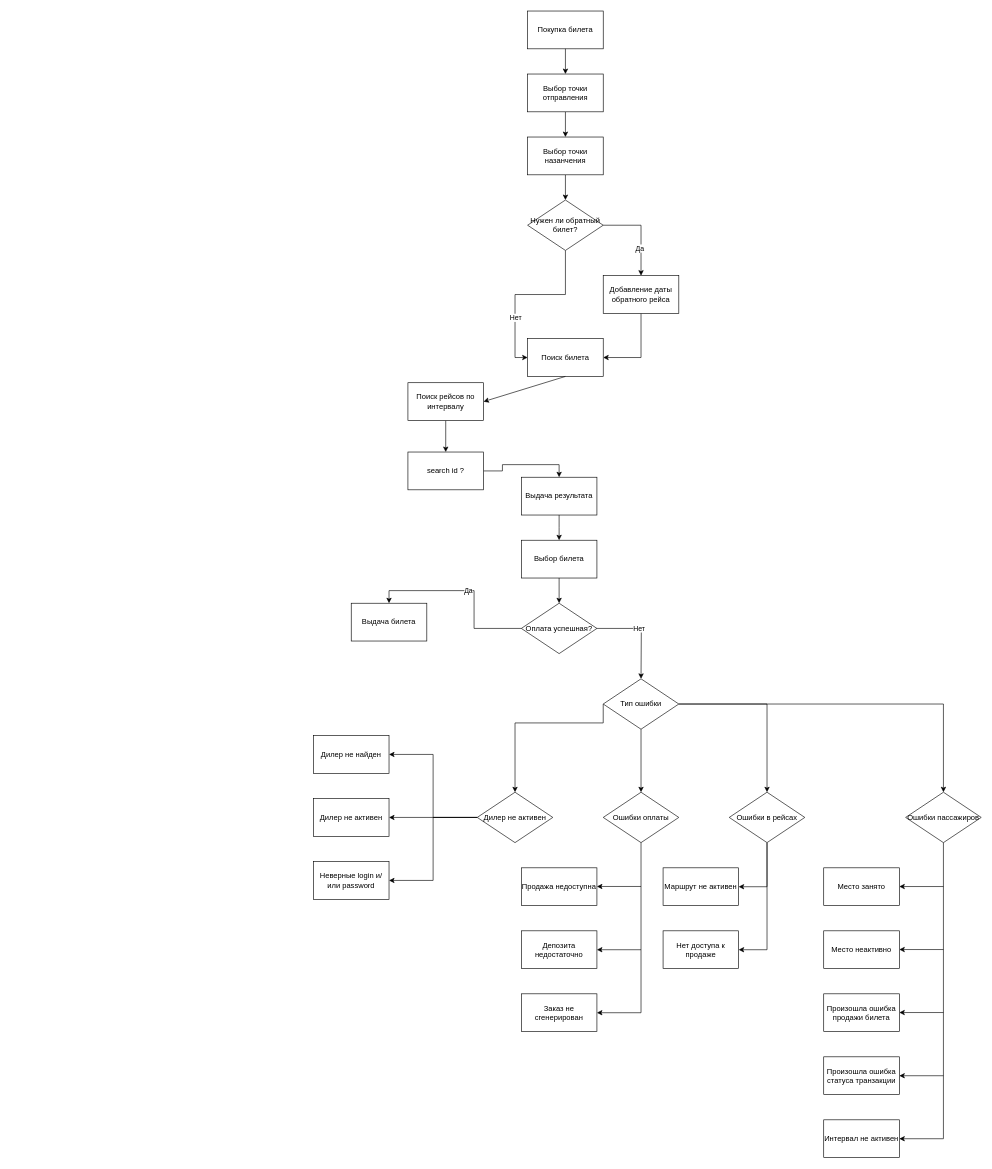
Above: Untitled Diagram.drawio in fedyuchuktimothey/INFOBUS (draw.io), before the change. Source tidied: cells renumbered, new cells numbered last; positions are measured from the earlier drawing's top-left corner, leaving out a move shared by most shapes. Both pictures are drawn from the tidied source at 63%, with x=0, y=0 at pixel (313, 11).
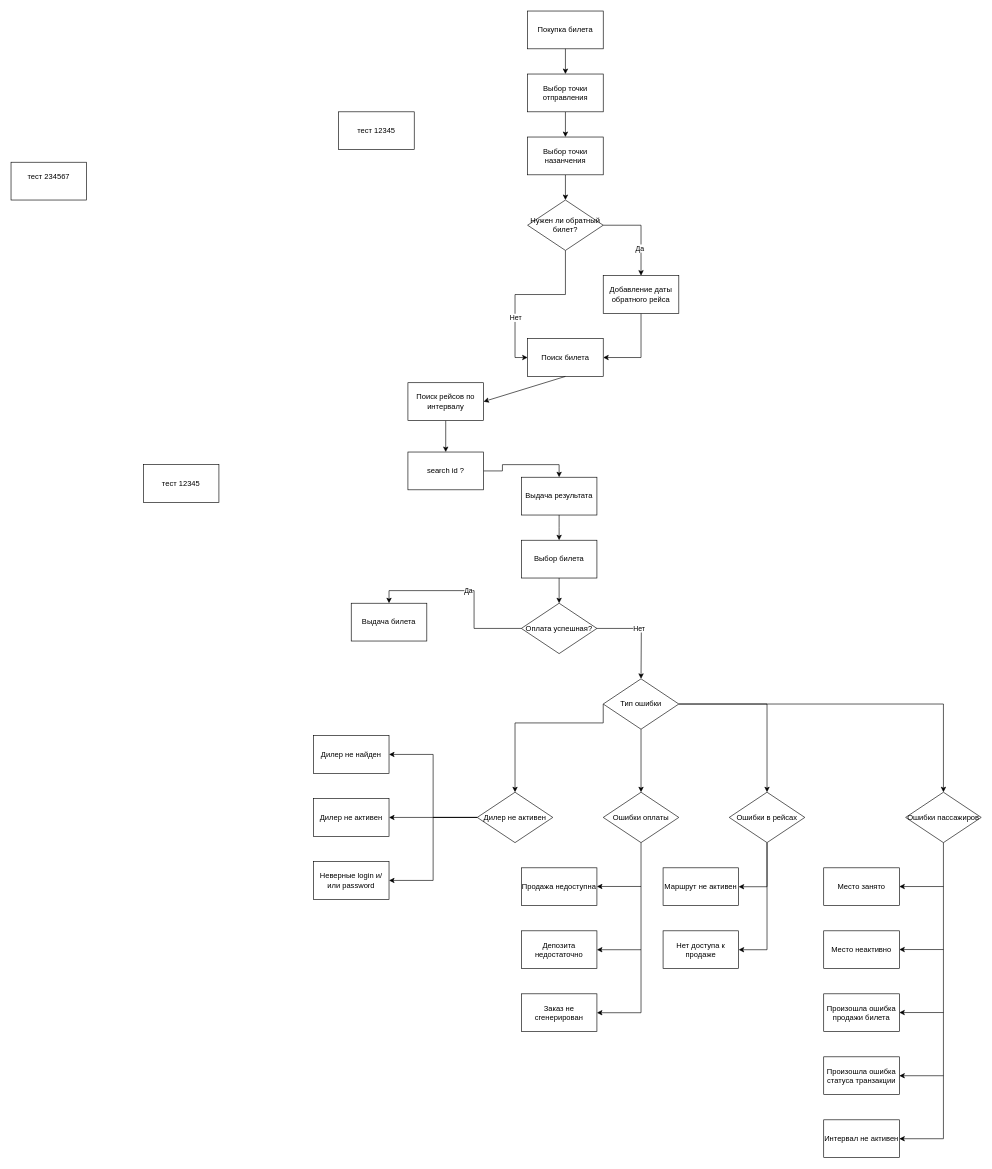
The same diagram, later.

Change to the diagram source:
```diff
@@
+    <mxCell id="68" value="тест 12345" style="rounded=0;whiteSpace=wrap;html=1;" parent="1" vertex="1">
+      <mxGeometry x="-270" y="720" width="120" height="60" as="geometry" />
+    </mxCell>
+    <mxCell id="69" value="тест 12345" style="rounded=0;whiteSpace=wrap;html=1;" parent="1" vertex="1">
+      <mxGeometry x="40" y="160" width="120" height="60" as="geometry" />
+    </mxCell>
+    <mxCell id="70" value="тест 234567&lt;div&gt;&lt;br&gt;&lt;/div&gt;" style="rounded=0;whiteSpace=wrap;html=1;" parent="1" vertex="1">
+      <mxGeometry x="-480" y="240" width="120" height="60" as="geometry" />
+    </mxCell>
```
